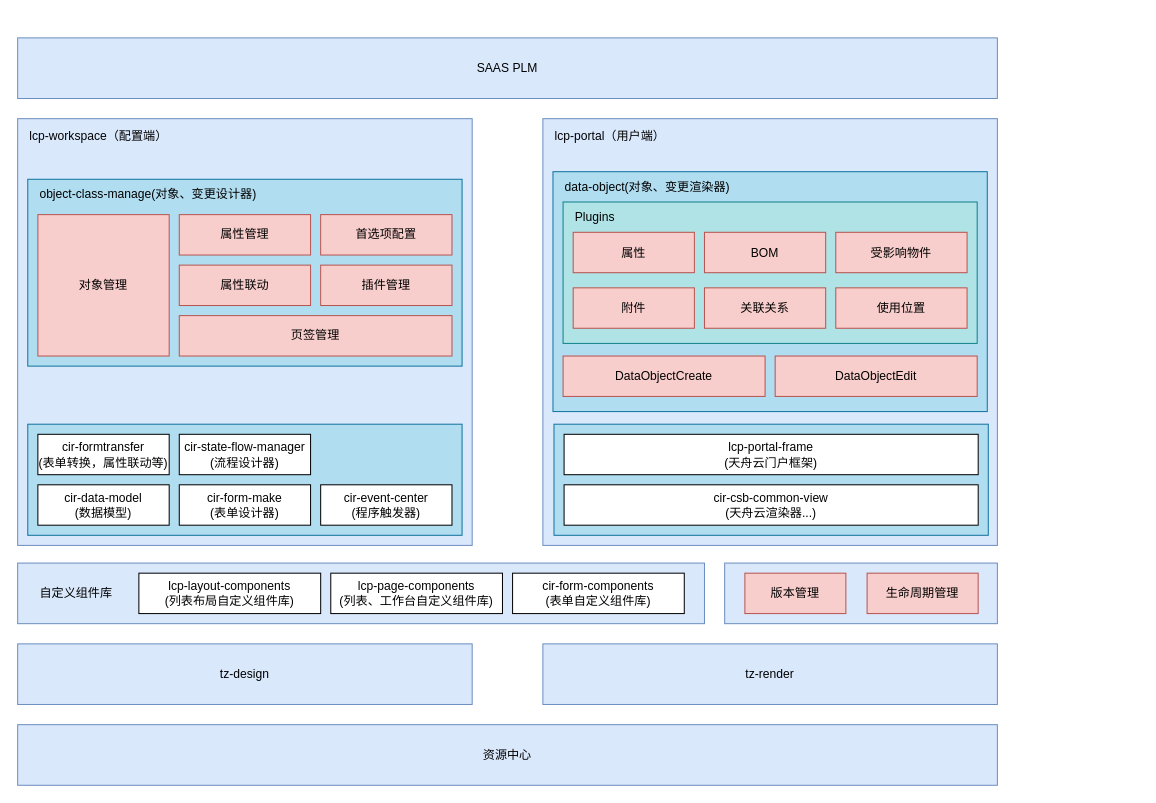
Before: page "第 1 页" (1 of 4) of SAAS PLM.drawio in SikyChen/diagrams, a draw.io diagram. Source tidied: cells renumbered, new cells numbered last; positions are measured from the earlier drawing's top-left corner, leaving out a move shared by most shapes. Both pictures are drawn from the tidied source at 101%, with x=0, y=0 at pixel (17, 37).
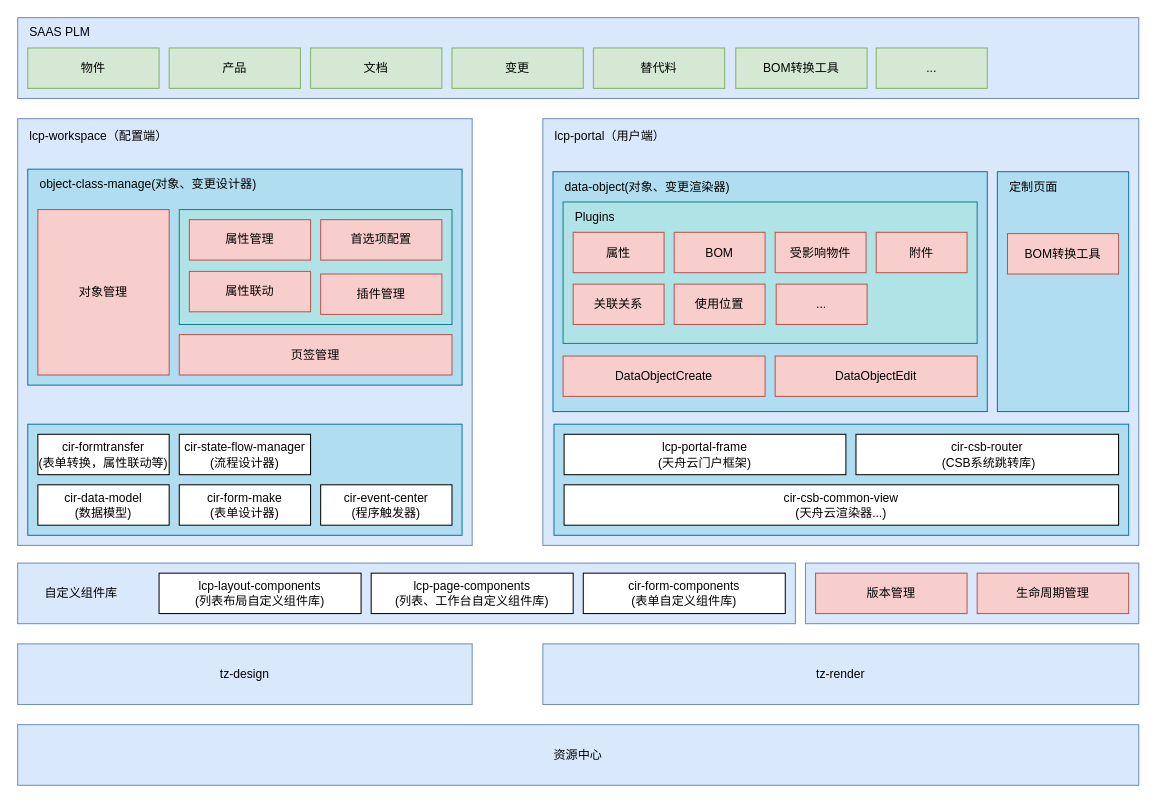
The same page after the edit.

What changed in the source:
```diff
@@
     <mxCell id="5" value="资源中心" style="rounded=0;whiteSpace=wrap;html=1;fillColor=#dae8fc;strokeColor=#6c8ebf;" parent="1" vertex="1">
-      <mxGeometry y="680" width="970" height="60" as="geometry" />
+      <mxGeometry y="680" width="1110" height="60" as="geometry" />
     </mxCell>
@@
     <mxCell id="12" style="rounded=0;whiteSpace=wrap;html=1;fillColor=#b1ddf0;strokeColor=#10739e;" parent="1" vertex="1">
-      <mxGeometry x="10" y="140" width="430" height="185" as="geometry" />
+      <mxGeometry x="10" y="130" width="430" height="213.8" as="geometry" />
     </mxCell>
+    <mxCell id="47" style="rounded=0;whiteSpace=wrap;html=1;fillColor=#b0e3e6;strokeColor=#0e8088;" parent="1" vertex="1">
+      <mxGeometry x="160" y="170" width="270" height="113.8" as="geometry" />
+    </mxCell>
     <mxCell id="13" value="object-class-manage(对象、变更设计器)" style="text;html=1;align=left;verticalAlign=middle;whiteSpace=wrap;rounded=0;" parent="1" vertex="1">
-      <mxGeometry x="20" y="140" width="255" height="30" as="geometry" />
+      <mxGeometry x="20" y="130" width="255" height="30" as="geometry" />
     </mxCell>
-    <mxCell id="14" value="SAAS PLM" style="rounded=0;whiteSpace=wrap;html=1;fillColor=#dae8fc;strokeColor=#6c8ebf;" parent="1" vertex="1">
-      <mxGeometry width="970" height="60" as="geometry" />
+    <mxCell id="14" style="rounded=0;whiteSpace=wrap;html=1;fillColor=#dae8fc;strokeColor=#6c8ebf;" parent="1" vertex="1">
+      <mxGeometry y="-20" width="1110" height="80" as="geometry" />
     </mxCell>
     <mxCell id="15" value="对象管理" style="rounded=0;whiteSpace=wrap;html=1;fillColor=#f8cecc;strokeColor=#b85450;" parent="1" vertex="1">
-      <mxGeometry x="20" y="175" width="130" height="140" as="geometry" />
+      <mxGeometry x="20" y="170" width="130" height="163.8" as="geometry" />
     </mxCell>
     <mxCell id="16" value="页签管理" style="rounded=0;whiteSpace=wrap;html=1;fillColor=#f8cecc;strokeColor=#b85450;" parent="1" vertex="1">
-      <mxGeometry x="160" y="275" width="270" height="40" as="geometry" />
+      <mxGeometry x="160" y="293.8" width="270" height="40" as="geometry" />
     </mxCell>
     <mxCell id="17" value="属性管理" style="rounded=0;whiteSpace=wrap;html=1;fillColor=#f8cecc;strokeColor=#b85450;" parent="1" vertex="1">
-      <mxGeometry x="160" y="175" width="130" height="40" as="geometry" />
+      <mxGeometry x="170" y="180" width="120" height="40" as="geometry" />
     </mxCell>
     <mxCell id="18" value="首选项配置" style="rounded=0;whiteSpace=wrap;html=1;fillColor=#f8cecc;strokeColor=#b85450;" parent="1" vertex="1">
-      <mxGeometry x="300" y="175" width="130" height="40" as="geometry" />
+      <mxGeometry x="300" y="180" width="120" height="40" as="geometry" />
     </mxCell>
     <mxCell id="19" value="属性联动" style="rounded=0;whiteSpace=wrap;html=1;fillColor=#f8cecc;strokeColor=#b85450;" parent="1" vertex="1">
-      <mxGeometry x="160" y="225" width="130" height="40" as="geometry" />
+      <mxGeometry x="170" y="231.2" width="120" height="40" as="geometry" />
     </mxCell>
     <mxCell id="20" value="插件管理" style="rounded=0;whiteSpace=wrap;html=1;fillColor=#f8cecc;strokeColor=#b85450;" parent="1" vertex="1">
-      <mxGeometry x="300" y="225" width="130" height="40" as="geometry" />
+      <mxGeometry x="300" y="233.8" width="120" height="40" as="geometry" />
     </mxCell>
     <mxCell id="21" style="rounded=0;whiteSpace=wrap;html=1;fillColor=#dae8fc;strokeColor=#6c8ebf;" parent="1" vertex="1">
-      <mxGeometry x="520" y="80" width="450" height="422.5" as="geometry" />
+      <mxGeometry x="520" y="80" width="590" height="422.5" as="geometry" />
     </mxCell>
@@
     <mxCell id="23" style="rounded=0;whiteSpace=wrap;html=1;fillColor=#dae8fc;strokeColor=#6c8ebf;" parent="1" vertex="1">
-      <mxGeometry y="520" width="680" height="60" as="geometry" />
+      <mxGeometry y="520" width="770" height="60" as="geometry" />
     </mxCell>
     <mxCell id="24" value="自定义组件库" style="text;html=1;align=left;verticalAlign=middle;whiteSpace=wrap;rounded=0;" parent="1" vertex="1">
-      <mxGeometry x="20" y="535" width="80" height="30" as="geometry" />
+      <mxGeometry x="25" y="535" width="80" height="30" as="geometry" />
     </mxCell>
     <mxCell id="25" value="&lt;div&gt;lcp-layout-components&lt;/div&gt;&lt;div&gt;(列表布局自定义组件库)&lt;/div&gt;" style="rounded=0;whiteSpace=wrap;html=1;" parent="1" vertex="1">
-      <mxGeometry x="120" y="530" width="180" height="40" as="geometry" />
+      <mxGeometry x="140" y="530" width="200" height="40" as="geometry" />
     </mxCell>
     <mxCell id="26" value="&lt;div&gt;lcp-page-components&lt;/div&gt;&lt;div&gt;(列表、工作台自定义组件库)&lt;/div&gt;" style="rounded=0;whiteSpace=wrap;html=1;" parent="1" vertex="1">
-      <mxGeometry x="310" y="530" width="170" height="40" as="geometry" />
+      <mxGeometry x="350" y="530" width="200" height="40" as="geometry" />
     </mxCell>
     <mxCell id="27" value="&lt;div&gt;cir-form-components&lt;/div&gt;&lt;div&gt;(表单自定义组件库)&lt;/div&gt;" style="rounded=0;whiteSpace=wrap;html=1;" parent="1" vertex="1">
-      <mxGeometry x="490" y="530" width="170" height="40" as="geometry" />
+      <mxGeometry x="560" y="530" width="200" height="40" as="geometry" />
     </mxCell>
     <mxCell id="28" value="tz-render" style="rounded=0;whiteSpace=wrap;html=1;fillColor=#dae8fc;strokeColor=#6c8ebf;" parent="1" vertex="1">
-      <mxGeometry x="520" y="600" width="450" height="60" as="geometry" />
+      <mxGeometry x="520" y="600" width="590" height="60" as="geometry" />
     </mxCell>
     <mxCell id="29" style="rounded=0;whiteSpace=wrap;html=1;fillColor=#b1ddf0;strokeColor=#10739e;" parent="1" vertex="1">
-      <mxGeometry x="531" y="382.5" width="430" height="110" as="geometry" />
+      <mxGeometry x="531" y="382.5" width="569" height="110" as="geometry" />
     </mxCell>
     <mxCell id="30" value="&lt;div&gt;cir-csb-common-view&lt;/div&gt;&lt;div&gt;(天舟云渲染器...)&lt;/div&gt;" style="rounded=0;whiteSpace=wrap;html=1;" parent="1" vertex="1">
-      <mxGeometry x="541" y="442.5" width="410" height="40" as="geometry" />
+      <mxGeometry x="541" y="442.5" width="549" height="40" as="geometry" />
     </mxCell>
     <mxCell id="31" value="&lt;div&gt;lcp-portal-frame&lt;/div&gt;&lt;div&gt;(天舟云门户框架)&lt;/div&gt;" style="rounded=0;whiteSpace=wrap;html=1;" parent="1" vertex="1">
-      <mxGeometry x="541" y="392.5" width="410" height="40" as="geometry" />
+      <mxGeometry x="541" y="392.5" width="279" height="40" as="geometry" />
     </mxCell>
@@
     <mxCell id="38" value="属性" style="rounded=0;whiteSpace=wrap;html=1;fillColor=#f8cecc;strokeColor=#b85450;" parent="1" vertex="1">
-      <mxGeometry x="550" y="192.5" width="120" height="40" as="geometry" />
+      <mxGeometry x="550" y="192.5" width="90" height="40" as="geometry" />
     </mxCell>
     <mxCell id="39" value="附件" style="rounded=0;whiteSpace=wrap;html=1;fillColor=#f8cecc;strokeColor=#b85450;" parent="1" vertex="1">
-      <mxGeometry x="550" y="247.5" width="120" height="40" as="geometry" />
+      <mxGeometry x="850" y="192.5" width="90" height="40" as="geometry" />
     </mxCell>
     <mxCell id="40" value="BOM" style="rounded=0;whiteSpace=wrap;html=1;fillColor=#f8cecc;strokeColor=#b85450;" parent="1" vertex="1">
-      <mxGeometry x="680" y="192.5" width="120" height="40" as="geometry" />
+      <mxGeometry x="650" y="192.5" width="90" height="40" as="geometry" />
     </mxCell>
     <mxCell id="41" value="受影响物件" style="rounded=0;whiteSpace=wrap;html=1;fillColor=#f8cecc;strokeColor=#b85450;" parent="1" vertex="1">
-      <mxGeometry x="810" y="192.5" width="130" height="40" as="geometry" />
+      <mxGeometry x="750" y="192.5" width="90" height="40" as="geometry" />
     </mxCell>
     <mxCell id="42" value="关联关系" style="rounded=0;whiteSpace=wrap;html=1;fillColor=#f8cecc;strokeColor=#b85450;" parent="1" vertex="1">
-      <mxGeometry x="680" y="247.5" width="120" height="40" as="geometry" />
+      <mxGeometry x="550" y="243.8" width="90" height="40" as="geometry" />
     </mxCell>
     <mxCell id="43" value="使用位置" style="rounded=0;whiteSpace=wrap;html=1;fillColor=#f8cecc;strokeColor=#b85450;" parent="1" vertex="1">
-      <mxGeometry x="810" y="247.5" width="130" height="40" as="geometry" />
+      <mxGeometry x="650" y="243.8" width="90" height="40" as="geometry" />
     </mxCell>
     <mxCell id="44" style="rounded=0;whiteSpace=wrap;html=1;fillColor=#dae8fc;strokeColor=#6c8ebf;" parent="1" vertex="1">
-      <mxGeometry x="700" y="520" width="270" height="60" as="geometry" />
+      <mxGeometry x="780" y="520" width="330" height="60" as="geometry" />
     </mxCell>
     <mxCell id="45" value="版本管理" style="rounded=0;whiteSpace=wrap;html=1;fillColor=#f8cecc;strokeColor=#b85450;" parent="1" vertex="1">
-      <mxGeometry x="720" y="530" width="100" height="40" as="geometry" />
+      <mxGeometry x="790" y="530" width="150" height="40" as="geometry" />
     </mxCell>
     <mxCell id="46" value="生命周期管理" style="rounded=0;whiteSpace=wrap;html=1;fillColor=#f8cecc;strokeColor=#b85450;" parent="1" vertex="1">
-      <mxGeometry x="841" y="530" width="110" height="40" as="geometry" />
+      <mxGeometry x="950" y="530" width="150" height="40" as="geometry" />
     </mxCell>
+    <mxCell id="48" value="SAAS PLM" style="text;html=1;align=left;verticalAlign=middle;whiteSpace=wrap;rounded=0;" parent="1" vertex="1">
+      <mxGeometry x="10" y="-20" width="110" height="30" as="geometry" />
+    </mxCell>
+    <mxCell id="49" value="物件" style="rounded=0;whiteSpace=wrap;html=1;fillColor=#d5e8d4;strokeColor=#82b366;" parent="1" vertex="1">
+      <mxGeometry x="10" y="10" width="130" height="40" as="geometry" />
+    </mxCell>
+    <mxCell id="50" value="文档" style="rounded=0;whiteSpace=wrap;html=1;fillColor=#d5e8d4;strokeColor=#82b366;" parent="1" vertex="1">
+      <mxGeometry x="290" y="10" width="130" height="40" as="geometry" />
+    </mxCell>
+    <mxCell id="51" value="变更" style="rounded=0;whiteSpace=wrap;html=1;fillColor=#d5e8d4;strokeColor=#82b366;" parent="1" vertex="1">
+      <mxGeometry x="430" y="10" width="130" height="40" as="geometry" />
+    </mxCell>
+    <mxCell id="52" value="产品" style="rounded=0;whiteSpace=wrap;html=1;fillColor=#d5e8d4;strokeColor=#82b366;" parent="1" vertex="1">
+      <mxGeometry x="150" y="10" width="130" height="40" as="geometry" />
+    </mxCell>
+    <mxCell id="53" value="替代料" style="rounded=0;whiteSpace=wrap;html=1;fillColor=#d5e8d4;strokeColor=#82b366;" parent="1" vertex="1">
+      <mxGeometry x="570" y="10" width="130" height="40" as="geometry" />
+    </mxCell>
+    <mxCell id="54" value="BOM转换工具" style="rounded=0;whiteSpace=wrap;html=1;fillColor=#d5e8d4;strokeColor=#82b366;" parent="1" vertex="1">
+      <mxGeometry x="711" y="10" width="130" height="40" as="geometry" />
+    </mxCell>
+    <mxCell id="55" value="..." style="rounded=0;whiteSpace=wrap;html=1;fillColor=#d5e8d4;strokeColor=#82b366;" parent="1" vertex="1">
+      <mxGeometry x="850" y="10" width="110" height="40" as="geometry" />
+    </mxCell>
+    <mxCell id="56" value="&lt;div&gt;cir-csb-router&lt;/div&gt;&lt;div&gt;&amp;nbsp;(CSB系统跳转库)&lt;/div&gt;" style="rounded=0;whiteSpace=wrap;html=1;" parent="1" vertex="1">
+      <mxGeometry x="830" y="392.5" width="260" height="40" as="geometry" />
+    </mxCell>
+    <mxCell id="57" style="rounded=0;whiteSpace=wrap;html=1;fillColor=#b1ddf0;strokeColor=#10739e;" parent="1" vertex="1">
+      <mxGeometry x="970" y="132.5" width="130" height="237.5" as="geometry" />
+    </mxCell>
+    <mxCell id="58" value="BOM转换工具" style="rounded=0;whiteSpace=wrap;html=1;fillColor=#f8cecc;strokeColor=#b85450;" parent="1" vertex="1">
+      <mxGeometry x="980" y="193.8" width="110" height="40" as="geometry" />
+    </mxCell>
+    <mxCell id="59" value="定制页面" style="text;html=1;align=left;verticalAlign=middle;whiteSpace=wrap;rounded=0;" parent="1" vertex="1">
+      <mxGeometry x="980" y="132.5" width="60" height="30" as="geometry" />
+    </mxCell>
+    <mxCell id="60" value="..." style="rounded=0;whiteSpace=wrap;html=1;fillColor=#f8cecc;strokeColor=#b85450;" parent="1" vertex="1">
+      <mxGeometry x="751" y="243.8" width="90" height="40" as="geometry" />
+    </mxCell>
```
